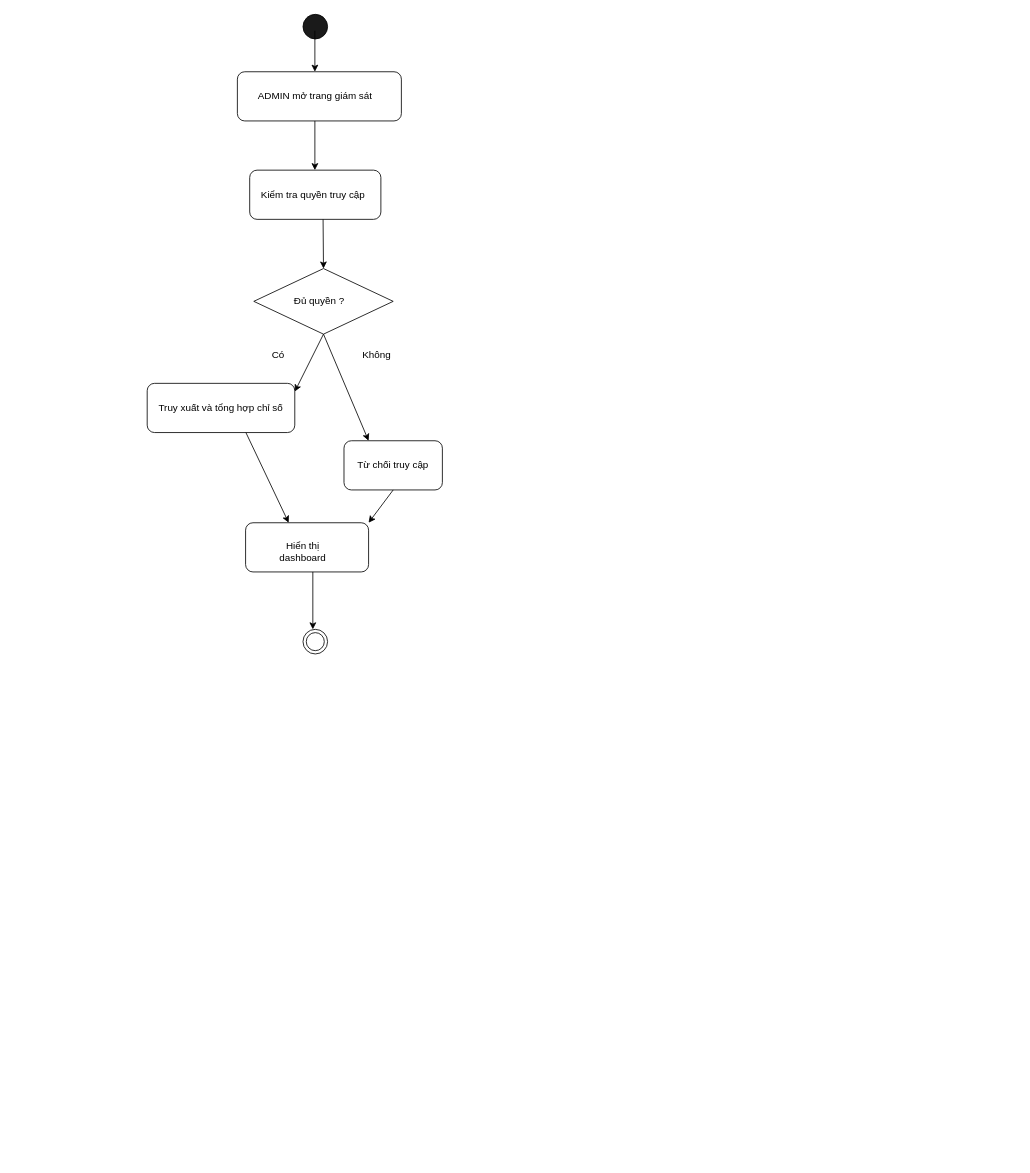
This is docs/diagram/activity/UC-18_Activity.drawio from Kazuken123/prj_sgu26_cnpm, a draw.io file, before an edit. Source tidied: cells renumbered, new cells numbered last; positions are measured from the earlier drawing's top-left corner, leaving out a move shared by most shapes. Both pictures are drawn from the tidied source at 82%, with x=0, y=0 at pixel (147, 14).
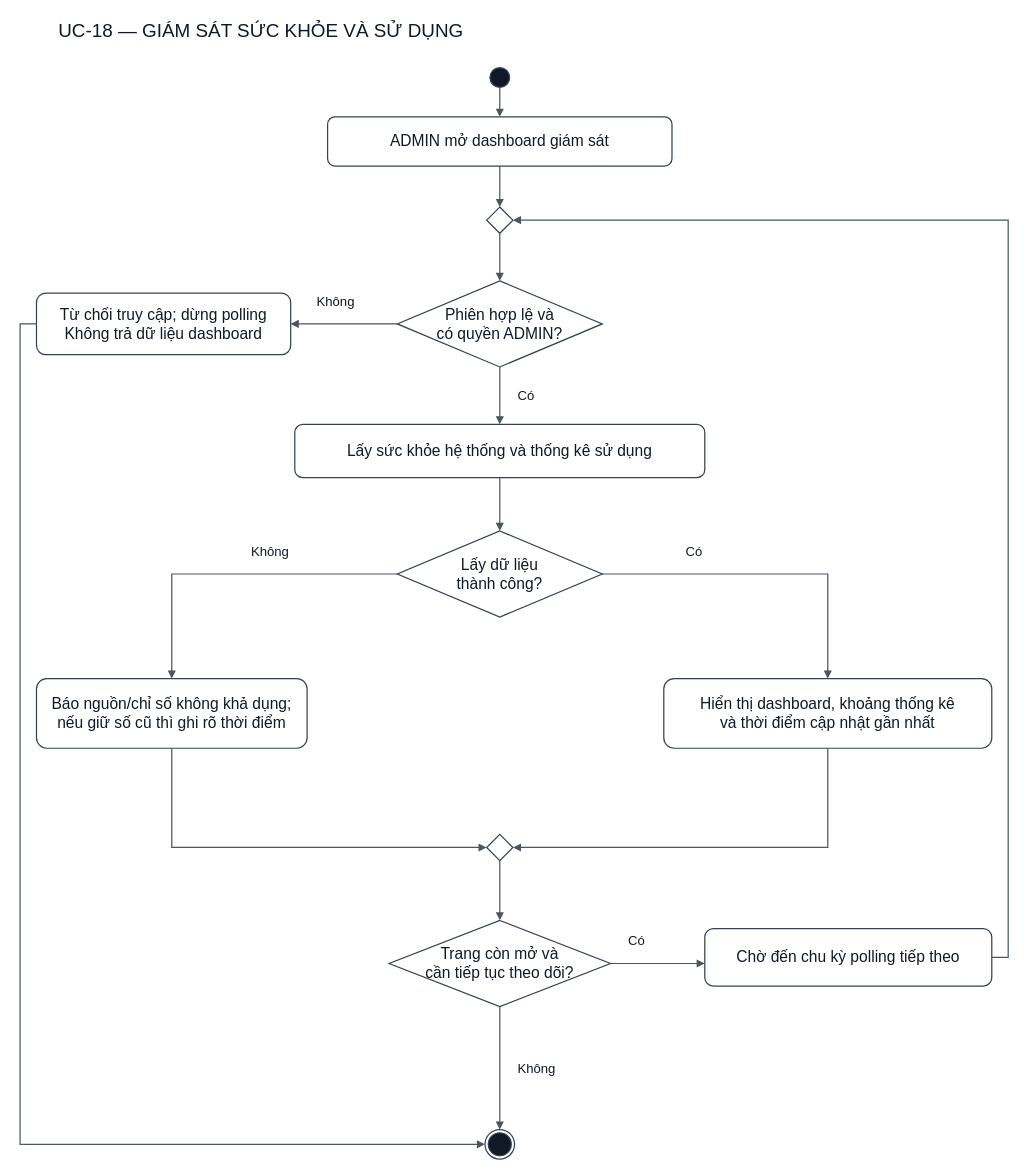
After the change.

What changed in the source:
```diff
@@
-    <mxCell id="2" style="ellipse;whiteSpace=wrap;html=1;shapeInside=1;fillColor=#1A1A1A;" parent="1" vertex="1">
-      <mxGeometry x="190" width="30" height="30" as="geometry" />
-    </mxCell>
-    <mxCell id="3" style="rounded=1;whiteSpace=wrap;html=1;roundedPerimeter=1;" parent="1" vertex="1">
-      <mxGeometry x="110" y="70" width="200" height="60" as="geometry" />
-    </mxCell>
-    <mxCell id="4" style="rounded=1;whiteSpace=wrap;html=1;roundedPerimeter=1;" parent="1" vertex="1">
-      <mxGeometry x="125" y="190" width="160" height="60" as="geometry" />
-    </mxCell>
-    <mxCell id="5" style="rhombus;whiteSpace=wrap;html=1;shapeInside=1;" parent="1" vertex="1">
-      <mxGeometry x="130" y="310" width="170" height="80" as="geometry" />
-    </mxCell>
-    <mxCell id="6" value="ADMIN mở trang giám sát" style="text;html=1;whiteSpace=wrap;strokeColor=none;fillColor=none;align=center;verticalAlign=middle;rounded=0;" parent="1" vertex="1">
-      <mxGeometry x="125" y="85" width="160" height="30" as="geometry" />
-    </mxCell>
-    <mxCell id="7" style="endArrow=classic;html=1;rounded=0;strokeColor=default;align=center;verticalAlign=middle;fontFamily=Helvetica;fontSize=11;fontColor=default;labelBackgroundColor=default;" parent="1" edge="1">
-      <mxGeometry relative="1" as="geometry">
-        <mxPoint x="204.5" y="20" as="sourcePoint" />
-        <mxPoint x="204.5" y="70" as="targetPoint" />
-      </mxGeometry>
-    </mxCell>
-    <mxCell id="8" value="Kiểm tra quyền truy cập" style="text;html=1;whiteSpace=wrap;strokeColor=none;fillColor=none;align=center;verticalAlign=middle;rounded=0;" parent="1" vertex="1">
-      <mxGeometry x="135" y="205" width="135" height="30" as="geometry" />
-    </mxCell>
-    <mxCell id="9" value="Đủ quyền ?" style="text;html=1;whiteSpace=wrap;strokeColor=none;fillColor=none;align=center;verticalAlign=middle;rounded=0;" parent="1" vertex="1">
-      <mxGeometry x="160" y="335" width="100" height="30" as="geometry" />
-    </mxCell>
-    <mxCell id="10" style="endArrow=classic;html=1;rounded=0;strokeColor=default;align=center;verticalAlign=middle;fontFamily=Helvetica;fontSize=11;fontColor=default;labelBackgroundColor=default;" parent="1" edge="1">
-      <mxGeometry relative="1" as="geometry">
-        <mxPoint x="204.5" y="130" as="sourcePoint" />
-        <mxPoint x="204.5" y="190" as="targetPoint" />
-      </mxGeometry>
-    </mxCell>
-    <mxCell id="11" style="endArrow=classic;html=1;rounded=0;strokeColor=default;align=center;verticalAlign=middle;fontFamily=Helvetica;fontSize=11;fontColor=default;labelBackgroundColor=default;entryX=0.5;entryY=0;entryDx=0;entryDy=0;" parent="1" edge="1" target="5">
-      <mxGeometry relative="1" as="geometry">
-        <mxPoint x="214.5" y="250" as="sourcePoint" />
-      </mxGeometry>
-    </mxCell>
-    <mxCell id="12" style="rounded=1;whiteSpace=wrap;html=1;roundedPerimeter=1;" parent="1" vertex="1">
-      <mxGeometry y="450" width="180" height="60" as="geometry" />
-    </mxCell>
-    <mxCell id="13" style="rounded=1;whiteSpace=wrap;html=1;roundedPerimeter=1;" parent="1" vertex="1">
-      <mxGeometry x="240" y="520" width="120" height="60" as="geometry" />
-    </mxCell>
-    <mxCell id="14" style="rounded=1;whiteSpace=wrap;html=1;roundedPerimeter=1;" parent="1" vertex="1">
-      <mxGeometry x="120" y="620" width="150" height="60" as="geometry" />
-    </mxCell>
-    <mxCell id="15" style="ellipse;shape=doubleEllipse;whiteSpace=wrap;html=1;" parent="1" vertex="1">
-      <mxGeometry x="190" y="750" width="30" height="30" as="geometry" />
-    </mxCell>
-    <mxCell id="16" style="endArrow=classic;html=1;rounded=0;strokeColor=default;align=center;verticalAlign=middle;fontFamily=Helvetica;fontSize=11;fontColor=default;labelBackgroundColor=default;exitX=0.5;exitY=1;exitDx=0;exitDy=0;" parent="1" edge="1" source="5">
-      <mxGeometry relative="1" as="geometry">
-        <mxPoint x="180" y="460" as="targetPoint" />
-      </mxGeometry>
-    </mxCell>
-    <mxCell id="17" value="Có" style="text;html=1;whiteSpace=wrap;strokeColor=none;fillColor=none;align=center;verticalAlign=middle;rounded=0;" parent="1" vertex="1">
-      <mxGeometry x="130" y="400" width="60" height="30" as="geometry" />
-    </mxCell>
-    <mxCell id="18" value="Không" style="text;html=1;whiteSpace=wrap;strokeColor=none;fillColor=none;align=center;verticalAlign=middle;rounded=0;" parent="1" vertex="1">
-      <mxGeometry x="250" y="400" width="60" height="30" as="geometry" />
-    </mxCell>
-    <mxCell id="19" style="endArrow=classic;html=1;rounded=0;strokeColor=default;align=center;verticalAlign=middle;fontFamily=Helvetica;fontSize=11;fontColor=default;labelBackgroundColor=default;entryX=0.25;entryY=0;entryDx=0;entryDy=0;" parent="1" edge="1" target="13">
-      <mxGeometry relative="1" as="geometry">
-        <mxPoint x="215" y="390" as="sourcePoint" />
-      </mxGeometry>
-    </mxCell>
-    <mxCell id="20" value="Truy xuất và tổng hợp chỉ số" style="text;html=1;whiteSpace=wrap;strokeColor=none;fillColor=none;align=center;verticalAlign=middle;rounded=0;" parent="1" vertex="1">
-      <mxGeometry y="465" width="180" height="30" as="geometry" />
-    </mxCell>
-    <mxCell id="21" value="Từ chối truy cập" style="text;html=1;whiteSpace=wrap;strokeColor=none;fillColor=none;align=center;verticalAlign=middle;rounded=0;" parent="1" vertex="1">
-      <mxGeometry x="240" y="535" width="120" height="30" as="geometry" />
-    </mxCell>
-    <mxCell id="22" value="Hiển thị dashboard" style="text;html=1;whiteSpace=wrap;strokeColor=none;fillColor=none;align=center;verticalAlign=middle;rounded=0;" parent="1" vertex="1">
-      <mxGeometry x="140" y="640" width="100" height="30" as="geometry" />
-    </mxCell>
-    <mxCell id="23" style="endArrow=classic;html=1;rounded=0;strokeColor=default;align=center;verticalAlign=middle;fontFamily=Helvetica;fontSize=11;fontColor=default;labelBackgroundColor=default;entryX=0.351;entryY=0.002;entryDx=0;entryDy=0;exitX=0.685;exitY=1.048;exitDx=0;exitDy=0;" parent="1" edge="1" source="12" target="14">
-      <mxGeometry relative="1" as="geometry" />
-    </mxCell>
-    <mxCell id="24" style="endArrow=classic;html=1;rounded=0;strokeColor=default;align=center;verticalAlign=middle;fontFamily=Helvetica;fontSize=11;fontColor=default;labelBackgroundColor=default;" parent="1" edge="1">
-      <mxGeometry relative="1" as="geometry">
-        <mxPoint x="202" y="680" as="sourcePoint" />
-        <mxPoint x="202" y="750" as="targetPoint" />
-      </mxGeometry>
-    </mxCell>
-    <mxCell id="25" style="endArrow=classic;html=1;rounded=0;strokeColor=default;align=center;verticalAlign=middle;fontFamily=Helvetica;fontSize=11;fontColor=default;labelBackgroundColor=default;entryX=1;entryY=0;entryDx=0;entryDy=0;" parent="1" edge="1" target="14">
-      <mxGeometry relative="1" as="geometry">
-        <mxPoint x="300" y="580" as="sourcePoint" />
-      </mxGeometry>
-    </mxCell>
+    <mxCell id="26" value="UC-18 — GIÁM SÁT SỨC KHỎE VÀ SỬ DỤNG" style="html=1;whiteSpace=wrap;fontFamily=Arial;fontSize=23;fontColor=#111827;strokeColor=#374151;fillColor=#FFFFFF;strokeWidth=1.5;text;strokeColor=none;fillColor=none;" parent="1" vertex="1">
+      <mxGeometry x="-110" width="1130" height="45" as="geometry" />
+    </mxCell>
+    <mxCell id="27" style="html=1;whiteSpace=wrap;fontFamily=Arial;fontSize=19;fontColor=#111827;strokeColor=#374151;fillColor=#FFFFFF;strokeWidth=1.5;ellipse;fillColor=#111827;" parent="1" vertex="1">
+      <mxGeometry x="418" y="65" width="24" height="24" as="geometry" />
+    </mxCell>
+    <mxCell id="28" value="ADMIN mở dashboard giám sát" style="html=1;whiteSpace=wrap;fontFamily=Arial;fontSize=19;fontColor=#111827;strokeColor=#374151;fillColor=#FFFFFF;strokeWidth=1.5;rounded=1;arcSize=15;" parent="1" vertex="1">
+      <mxGeometry x="220" y="125" width="420" height="60" as="geometry" />
+    </mxCell>
+    <mxCell id="29" style="html=1;whiteSpace=wrap;fontFamily=Arial;fontSize=19;fontColor=#111827;strokeColor=#374151;fillColor=#FFFFFF;strokeWidth=1.5;rhombus;" parent="1" vertex="1">
+      <mxGeometry x="414" y="235" width="32" height="32" as="geometry" />
+    </mxCell>
+    <mxCell id="30" value="Phiên hợp lệ và&lt;br&gt;có quyền ADMIN?" style="html=1;whiteSpace=wrap;fontFamily=Arial;fontSize=19;fontColor=#111827;strokeColor=#374151;fillColor=#FFFFFF;strokeWidth=1.5;rhombus;" parent="1" vertex="1">
+      <mxGeometry x="305" y="325" width="250" height="105" as="geometry" />
+    </mxCell>
+    <mxCell id="31" value="Từ chối truy cập; dừng polling&lt;br&gt;Không trả dữ liệu dashboard" style="html=1;whiteSpace=wrap;fontFamily=Arial;fontSize=19;fontColor=#111827;strokeColor=#374151;fillColor=#FFFFFF;strokeWidth=1.5;rounded=1;arcSize=15;" parent="1" vertex="1">
+      <mxGeometry x="-135" y="340" width="310" height="75" as="geometry" />
+    </mxCell>
+    <mxCell id="32" value="Lấy sức khỏe hệ thống và thống kê sử dụng" style="html=1;whiteSpace=wrap;fontFamily=Arial;fontSize=19;fontColor=#111827;strokeColor=#374151;fillColor=#FFFFFF;strokeWidth=1.5;rounded=1;arcSize=15;" parent="1" vertex="1">
+      <mxGeometry x="180" y="500" width="500" height="65" as="geometry" />
+    </mxCell>
+    <mxCell id="33" value="Lấy dữ liệu&lt;br&gt;thành công?" style="html=1;whiteSpace=wrap;fontFamily=Arial;fontSize=19;fontColor=#111827;strokeColor=#374151;fillColor=#FFFFFF;strokeWidth=1.5;rhombus;" parent="1" vertex="1">
+      <mxGeometry x="305" y="630" width="250" height="105" as="geometry" />
+    </mxCell>
+    <mxCell id="34" value="Báo nguồn/chỉ số không khả dụng;&lt;br&gt;nếu giữ số cũ thì ghi rõ thời điểm" style="html=1;whiteSpace=wrap;fontFamily=Arial;fontSize=19;fontColor=#111827;strokeColor=#374151;fillColor=#FFFFFF;strokeWidth=1.5;rounded=1;arcSize=15;" parent="1" vertex="1">
+      <mxGeometry x="-135" y="810" width="330" height="85" as="geometry" />
+    </mxCell>
+    <mxCell id="35" value="Hiển thị dashboard, khoảng thống kê&lt;br&gt;và thời điểm cập nhật gần nhất" style="html=1;whiteSpace=wrap;fontFamily=Arial;fontSize=19;fontColor=#111827;strokeColor=#374151;fillColor=#FFFFFF;strokeWidth=1.5;rounded=1;arcSize=15;" parent="1" vertex="1">
+      <mxGeometry x="630" y="810" width="400" height="85" as="geometry" />
+    </mxCell>
+    <mxCell id="36" style="html=1;whiteSpace=wrap;fontFamily=Arial;fontSize=19;fontColor=#111827;strokeColor=#374151;fillColor=#FFFFFF;strokeWidth=1.5;rhombus;" parent="1" vertex="1">
+      <mxGeometry x="414" y="1000" width="32" height="32" as="geometry" />
+    </mxCell>
+    <mxCell id="37" value="Trang còn mở và&lt;br&gt;cần tiếp tục theo dõi?" style="html=1;whiteSpace=wrap;fontFamily=Arial;fontSize=19;fontColor=#111827;strokeColor=#374151;fillColor=#FFFFFF;strokeWidth=1.5;rhombus;" parent="1" vertex="1">
+      <mxGeometry x="295" y="1105" width="270" height="105" as="geometry" />
+    </mxCell>
+    <mxCell id="38" value="Chờ đến chu kỳ polling tiếp theo" style="html=1;whiteSpace=wrap;fontFamily=Arial;fontSize=19;fontColor=#111827;strokeColor=#374151;fillColor=#FFFFFF;strokeWidth=1.5;rounded=1;arcSize=15;" parent="1" vertex="1">
+      <mxGeometry x="680" y="1115" width="350" height="70" as="geometry" />
+    </mxCell>
+    <mxCell id="39" style="html=1;whiteSpace=wrap;fontFamily=Arial;fontSize=19;fontColor=#111827;strokeColor=#374151;fillColor=#FFFFFF;strokeWidth=1.5;ellipse;shape=endState;fillColor=#111827;" parent="1" vertex="1">
+      <mxGeometry x="412" y="1360" width="36" height="36" as="geometry" />
+    </mxCell>
+    <mxCell id="40" style="html=1;rounded=0;endArrow=block;endFill=1;strokeColor=#4B5563;strokeWidth=1.5;fontFamily=Arial;fontSize=17;exitX=0.5;exitY=1.0;exitPerimeter=0;entryX=0.5;entryY=0.0;entryPerimeter=0;" parent="1" edge="1" source="27" target="28">
+      <mxGeometry relative="1" as="geometry" />
+    </mxCell>
+    <mxCell id="41" style="html=1;rounded=0;endArrow=block;endFill=1;strokeColor=#4B5563;strokeWidth=1.5;fontFamily=Arial;fontSize=17;exitX=0.5;exitY=1.0;exitPerimeter=0;entryX=0.5;entryY=0.0;entryPerimeter=0;" parent="1" edge="1" source="28" target="29">
+      <mxGeometry relative="1" as="geometry" />
+    </mxCell>
+    <mxCell id="42" style="html=1;rounded=0;endArrow=block;endFill=1;strokeColor=#4B5563;strokeWidth=1.5;fontFamily=Arial;fontSize=17;exitX=0.5;exitY=1.0;exitPerimeter=0;entryX=0.5;entryY=0.0;entryPerimeter=0;" parent="1" edge="1" source="29" target="30">
+      <mxGeometry relative="1" as="geometry" />
+    </mxCell>
+    <mxCell id="43" style="html=1;rounded=0;endArrow=block;endFill=1;strokeColor=#4B5563;strokeWidth=1.5;fontFamily=Arial;fontSize=17;exitX=0.5;exitY=1.0;exitPerimeter=0;entryX=0.5;entryY=0.0;entryPerimeter=0;" parent="1" edge="1" source="30" target="32">
+      <mxGeometry relative="1" as="geometry" />
+    </mxCell>
+    <mxCell id="44" value="Có" style="html=1;whiteSpace=wrap;fontFamily=Arial;fontSize=16;fontColor=#111827;strokeColor=#374151;fillColor=#FFFFFF;strokeWidth=1.5;text;strokeColor=none;fillColor=none;" parent="1" vertex="1">
+      <mxGeometry x="450" y="449" width="70" height="25" as="geometry" />
+    </mxCell>
+    <mxCell id="45" style="html=1;rounded=0;endArrow=block;endFill=1;strokeColor=#4B5563;strokeWidth=1.5;fontFamily=Arial;fontSize=17;exitX=0.0;exitY=0.5;exitPerimeter=0;entryX=1.0;entryY=0.5;entryPerimeter=0;" parent="1" edge="1" source="30" target="31">
+      <mxGeometry relative="1" as="geometry" />
+    </mxCell>
+    <mxCell id="46" value="Không" style="html=1;whiteSpace=wrap;fontFamily=Arial;fontSize=16;fontColor=#111827;strokeColor=#374151;fillColor=#FFFFFF;strokeWidth=1.5;text;strokeColor=none;fillColor=none;" parent="1" vertex="1">
+      <mxGeometry x="205" y="334" width="70" height="25" as="geometry" />
+    </mxCell>
+    <mxCell id="47" style="html=1;rounded=0;endArrow=block;endFill=1;strokeColor=#4B5563;strokeWidth=1.5;fontFamily=Arial;fontSize=17;exitX=0.0;exitY=0.5;exitPerimeter=0;entryX=0.0;entryY=0.5;entryPerimeter=0;" parent="1" edge="1" source="31" target="39">
+      <mxGeometry relative="1" as="geometry">
+        <Array as="points">
+          <mxPoint x="-155" y="377.5" />
+          <mxPoint x="-155" y="1378" />
+        </Array>
+      </mxGeometry>
+    </mxCell>
+    <mxCell id="48" style="html=1;rounded=0;endArrow=block;endFill=1;strokeColor=#4B5563;strokeWidth=1.5;fontFamily=Arial;fontSize=17;exitX=0.5;exitY=1.0;exitPerimeter=0;entryX=0.5;entryY=0.0;entryPerimeter=0;" parent="1" edge="1" source="32" target="33">
+      <mxGeometry relative="1" as="geometry" />
+    </mxCell>
+    <mxCell id="49" style="html=1;rounded=0;endArrow=block;endFill=1;strokeColor=#4B5563;strokeWidth=1.5;fontFamily=Arial;fontSize=17;exitX=0.0;exitY=0.5;exitPerimeter=0;entryX=0.5;entryY=0.0;entryPerimeter=0;" parent="1" edge="1" source="33" target="34">
+      <mxGeometry relative="1" as="geometry">
+        <Array as="points">
+          <mxPoint x="30" y="682.5" />
+        </Array>
+      </mxGeometry>
+    </mxCell>
+    <mxCell id="50" value="Không" style="html=1;whiteSpace=wrap;fontFamily=Arial;fontSize=16;fontColor=#111827;strokeColor=#374151;fillColor=#FFFFFF;strokeWidth=1.5;text;strokeColor=none;fillColor=none;" parent="1" vertex="1">
+      <mxGeometry x="125" y="639" width="70" height="25" as="geometry" />
+    </mxCell>
+    <mxCell id="51" style="html=1;rounded=0;endArrow=block;endFill=1;strokeColor=#4B5563;strokeWidth=1.5;fontFamily=Arial;fontSize=17;exitX=1.0;exitY=0.5;exitPerimeter=0;entryX=0.5;entryY=0.0;entryPerimeter=0;" parent="1" edge="1" source="33" target="35">
+      <mxGeometry relative="1" as="geometry">
+        <Array as="points">
+          <mxPoint x="830" y="682.5" />
+        </Array>
+      </mxGeometry>
+    </mxCell>
+    <mxCell id="52" value="Có" style="html=1;whiteSpace=wrap;fontFamily=Arial;fontSize=16;fontColor=#111827;strokeColor=#374151;fillColor=#FFFFFF;strokeWidth=1.5;text;strokeColor=none;fillColor=none;" parent="1" vertex="1">
+      <mxGeometry x="655" y="639" width="70" height="25" as="geometry" />
+    </mxCell>
+    <mxCell id="53" style="html=1;rounded=0;endArrow=block;endFill=1;strokeColor=#4B5563;strokeWidth=1.5;fontFamily=Arial;fontSize=17;exitX=0.5;exitY=1.0;exitPerimeter=0;entryX=0.0;entryY=0.5;entryPerimeter=0;" parent="1" edge="1" source="34" target="36">
+      <mxGeometry relative="1" as="geometry">
+        <Array as="points">
+          <mxPoint x="30" y="1016" />
+        </Array>
+      </mxGeometry>
+    </mxCell>
+    <mxCell id="54" style="html=1;rounded=0;endArrow=block;endFill=1;strokeColor=#4B5563;strokeWidth=1.5;fontFamily=Arial;fontSize=17;exitX=0.5;exitY=1.0;exitPerimeter=0;entryX=1.0;entryY=0.5;entryPerimeter=0;" parent="1" edge="1" source="35" target="36">
+      <mxGeometry relative="1" as="geometry">
+        <Array as="points">
+          <mxPoint x="830" y="1016" />
+        </Array>
+      </mxGeometry>
+    </mxCell>
+    <mxCell id="55" style="html=1;rounded=0;endArrow=block;endFill=1;strokeColor=#4B5563;strokeWidth=1.5;fontFamily=Arial;fontSize=17;exitX=0.5;exitY=1.0;exitPerimeter=0;entryX=0.5;entryY=0.0;entryPerimeter=0;" parent="1" edge="1" source="36" target="37">
+      <mxGeometry relative="1" as="geometry" />
+    </mxCell>
+    <mxCell id="56" style="html=1;rounded=0;endArrow=block;endFill=1;strokeColor=#4B5563;strokeWidth=1.5;fontFamily=Arial;fontSize=17;exitX=0.5;exitY=1.0;exitPerimeter=0;entryX=0.5;entryY=0.0;entryPerimeter=0;" parent="1" edge="1" source="37" target="39">
+      <mxGeometry relative="1" as="geometry" />
+    </mxCell>
+    <mxCell id="57" value="Không" style="html=1;whiteSpace=wrap;fontFamily=Arial;fontSize=16;fontColor=#111827;strokeColor=#374151;fillColor=#FFFFFF;strokeWidth=1.5;text;strokeColor=none;fillColor=none;" parent="1" vertex="1">
+      <mxGeometry x="450" y="1269" width="70" height="25" as="geometry" />
+    </mxCell>
+    <mxCell id="58" style="html=1;rounded=0;endArrow=block;endFill=1;strokeColor=#4B5563;strokeWidth=1.5;fontFamily=Arial;fontSize=17;exitX=1.0;exitY=0.5;exitPerimeter=0;entryX=0.0;entryY=0.6071428571428571;entryPerimeter=0;" parent="1" edge="1" source="37" target="38">
+      <mxGeometry relative="1" as="geometry" />
+    </mxCell>
+    <mxCell id="59" value="Có" style="html=1;whiteSpace=wrap;fontFamily=Arial;fontSize=16;fontColor=#111827;strokeColor=#374151;fillColor=#FFFFFF;strokeWidth=1.5;text;strokeColor=none;fillColor=none;" parent="1" vertex="1">
+      <mxGeometry x="585" y="1114" width="70" height="25" as="geometry" />
+    </mxCell>
+    <mxCell id="60" style="html=1;rounded=0;endArrow=block;endFill=1;strokeColor=#4B5563;strokeWidth=1.5;fontFamily=Arial;fontSize=17;exitX=1.0;exitY=0.5;exitPerimeter=0;entryX=1.0;entryY=0.5;entryPerimeter=0;" parent="1" edge="1" source="38" target="29">
+      <mxGeometry relative="1" as="geometry">
+        <Array as="points">
+          <mxPoint x="1050" y="1150" />
+          <mxPoint x="1050" y="251" />
+        </Array>
+      </mxGeometry>
+    </mxCell>
```
